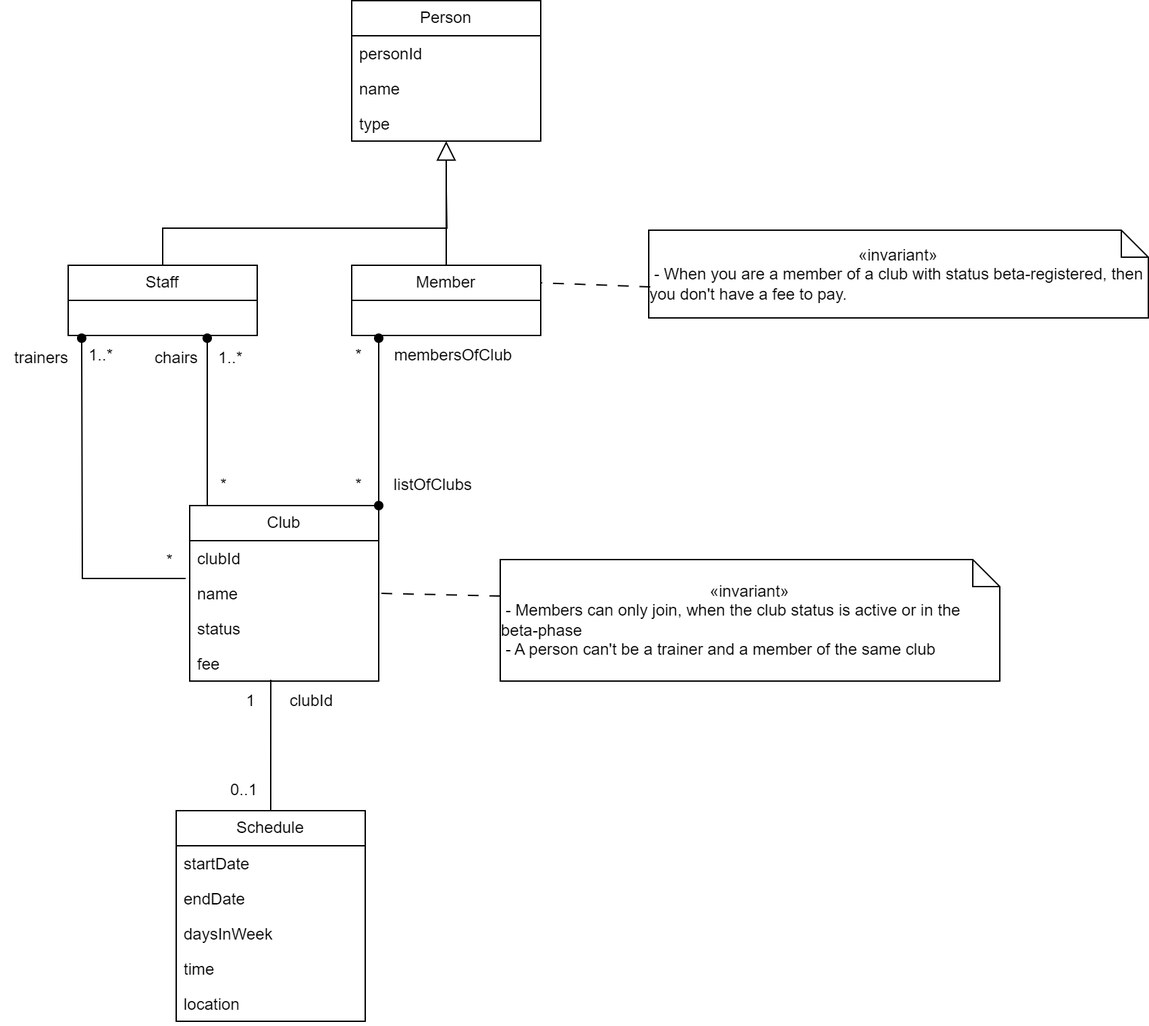
Before: domain_information_model.png, a diagram exported from draw.io (huda46/Assignment7). Source tidied: cells renumbered, new cells last; positions are measured from the earlier drawing's top-left corner, leaving out a move shared by most shapes.
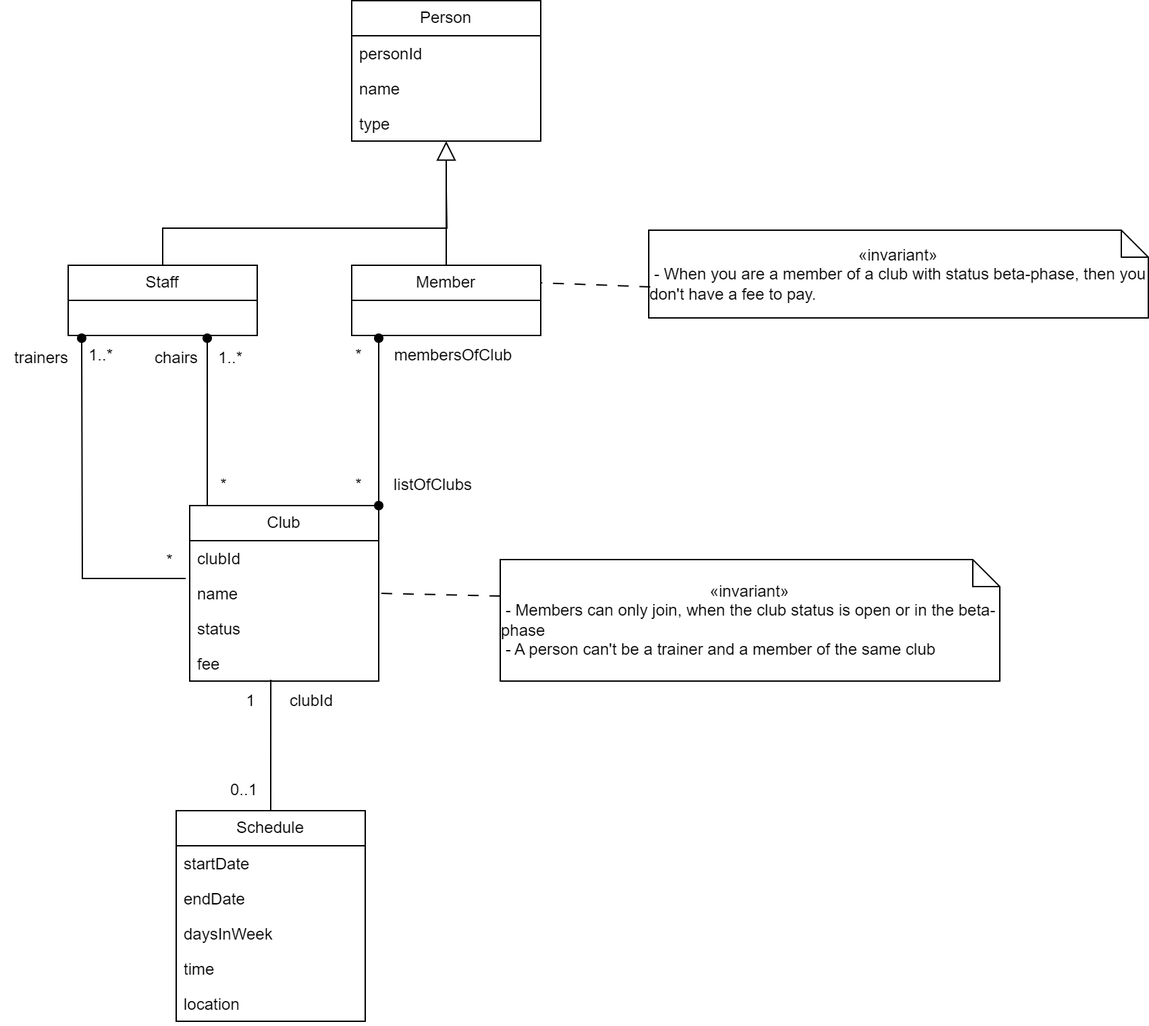
After the change.

Diff of the diagram source:
```diff
@@ -84,13 +84,13 @@
     <mxCell id="27" value="clubId" style="text;html=1;align=center;verticalAlign=middle;strokeColor=none;fillColor=none;" parent="1" vertex="1">
       <mxGeometry x="200" y="504" width="60" height="30" as="geometry" />
     </mxCell>
-    <mxCell id="28" value="&lt;div style=&quot;&quot;&gt;&lt;div&gt;«invariant»&lt;/div&gt;&lt;div style=&quot;text-align: left;&quot;&gt;&amp;nbsp;- Members can only join, when the club status is active or in the beta-phase&lt;/div&gt;&lt;div style=&quot;text-align: left;&quot;&gt;&amp;nbsp;- A person can't be a trainer and a member of the same club&lt;/div&gt;&lt;/div&gt;" style="shape=note;size=20;whiteSpace=wrap;html=1;" parent="1" vertex="1">
+    <mxCell id="28" value="&lt;div style=&quot;&quot;&gt;&lt;div&gt;«invariant»&lt;/div&gt;&lt;div style=&quot;text-align: left;&quot;&gt;&amp;nbsp;- Members can only join, when the club status is open or in the beta-phase&lt;/div&gt;&lt;div style=&quot;text-align: left;&quot;&gt;&amp;nbsp;- A person can't be a trainer and a member of the same club&lt;/div&gt;&lt;/div&gt;" style="shape=note;size=20;whiteSpace=wrap;html=1;" parent="1" vertex="1">
       <mxGeometry x="370" y="414" width="370" height="90" as="geometry" />
     </mxCell>
     <mxCell id="29" style="rounded=0;jettySize=auto;html=1;exitX=0;exitY=0.3;exitDx=0;exitDy=0;endArrow=none;endFill=0;exitPerimeter=0;entryX=1;entryY=0.5;entryDx=0;entryDy=0;dashed=1;dashPattern=8 8;" parent="1" edge="1" source="28" target="6">
       <mxGeometry relative="1" as="geometry" />
     </mxCell>
-    <mxCell id="30" value="&lt;div style=&quot;&quot;&gt;&lt;span style=&quot;background-color: initial;&quot;&gt;«invariant»&lt;/span&gt;&lt;/div&gt;&lt;div style=&quot;text-align: left;&quot;&gt;&lt;span style=&quot;background-color: initial;&quot;&gt;&amp;nbsp;-&amp;nbsp;&lt;/span&gt;&lt;span style=&quot;background-color: initial;&quot;&gt;When you are a member of a club with status beta-registered, then you don't have a fee to pay.&lt;/span&gt;&lt;/div&gt;" style="shape=note;size=20;whiteSpace=wrap;html=1;" parent="1" vertex="1">
+    <mxCell id="30" value="&lt;div style=&quot;&quot;&gt;&lt;span style=&quot;background-color: initial;&quot;&gt;«invariant»&lt;/span&gt;&lt;/div&gt;&lt;div style=&quot;text-align: left;&quot;&gt;&lt;span style=&quot;background-color: initial;&quot;&gt;&amp;nbsp;-&amp;nbsp;&lt;/span&gt;When you are a member of a club with status&amp;nbsp;beta-phase&lt;span style=&quot;background-color: initial;&quot;&gt;, then you don't have a fee to pay.&lt;/span&gt;&lt;/div&gt;" style="shape=note;size=20;whiteSpace=wrap;html=1;" parent="1" vertex="1">
       <mxGeometry x="480" y="170" width="370" height="65" as="geometry" />
     </mxCell>
     <mxCell id="31" style="rounded=0;jettySize=auto;html=1;exitX=0.003;exitY=0.646;exitDx=0;exitDy=0;endArrow=none;endFill=0;exitPerimeter=0;entryX=1;entryY=0.25;entryDx=0;entryDy=0;dashed=1;dashPattern=8 8;" parent="1" edge="1" source="30" target="3">
```
